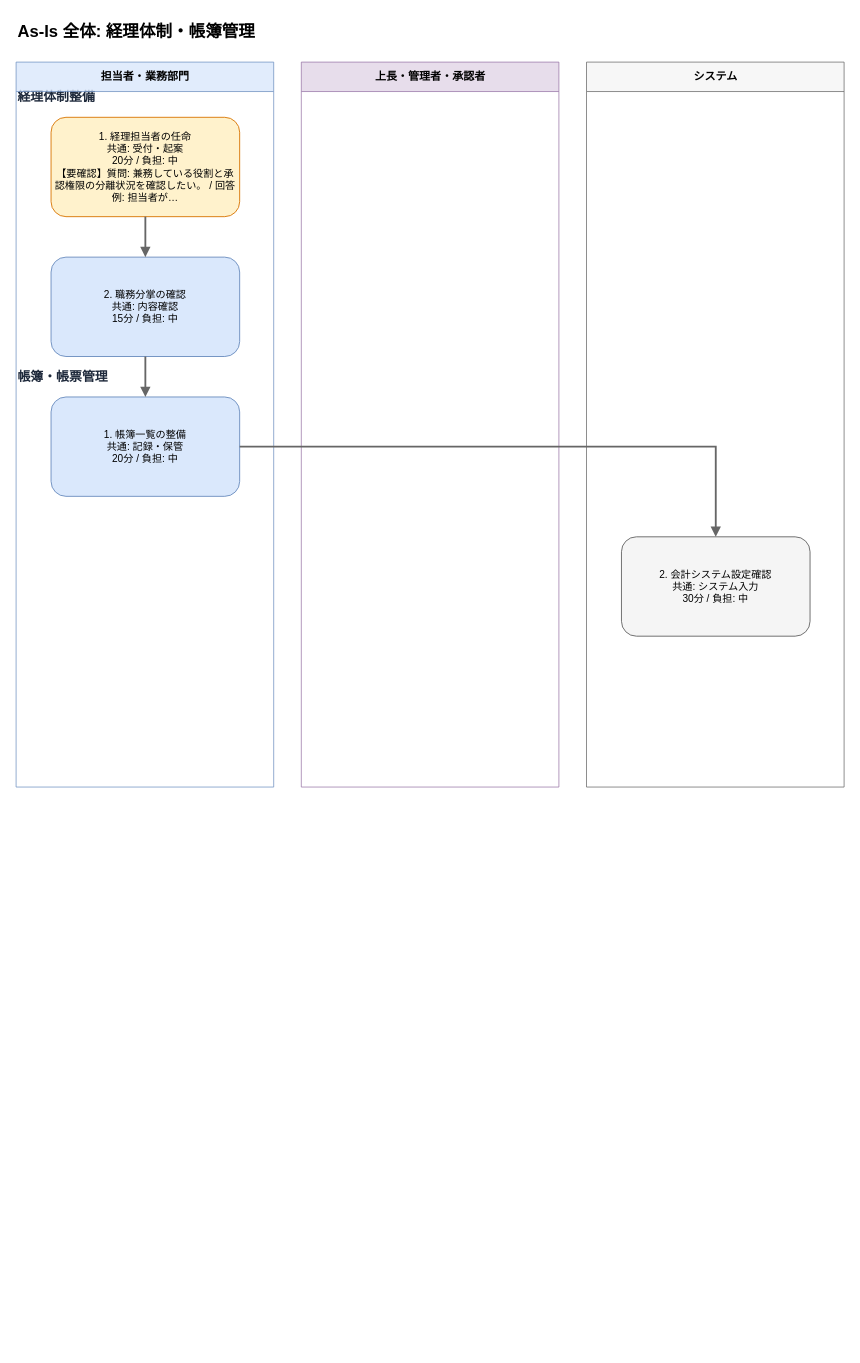
Above: output/flows/asis_経理体制_帳簿管理_20260608.drawio in Toshiki811/ai-business-analysis-heatmap (draw.io), before the change. Source tidied: cells renumbered, new cells numbered last; positions are measured from the earlier drawing's top-left corner, leaving out a move shared by most shapes. Both pictures are drawn from the tidied source at 92%, with x=0, y=0 at pixel (16, 16).
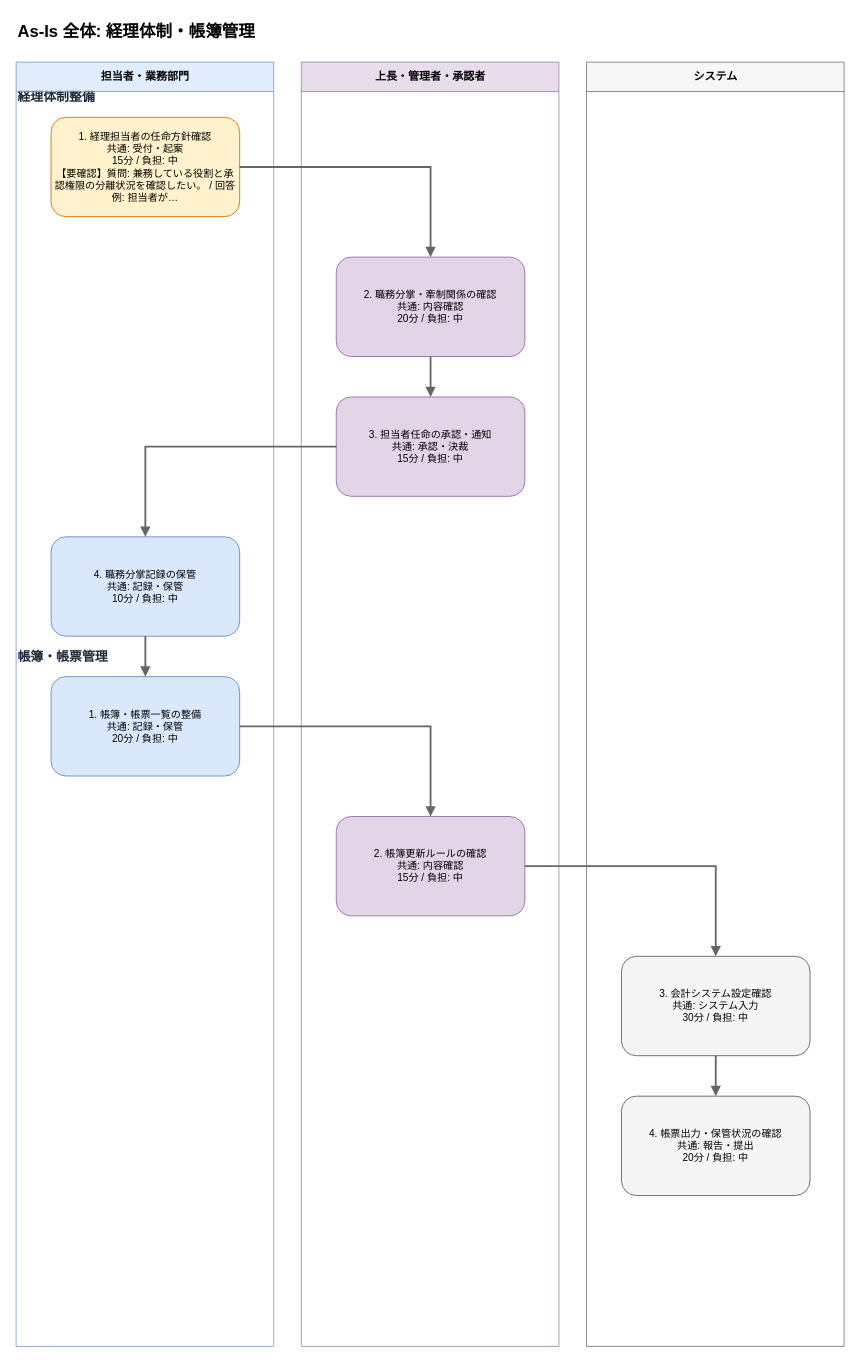
After the change.

Change to the diagram source:
```diff
@@
     <mxCell id="3" value="帳簿・帳票管理" style="text;html=1;strokeColor=none;fillColor=none;align=left;verticalAlign=middle;whiteSpace=wrap;fontSize=14;fontStyle=1;fontColor=#1e293b;" parent="1" vertex="1">
-      <mxGeometry y="380" width="860" height="24" as="geometry" />
+      <mxGeometry y="684" width="860" height="24" as="geometry" />
     </mxCell>
@@
     <mxCell id="5" value="担当者・業務部門" style="swimlane;horizontal=1;startSize=32;html=1;fillColor=#dae8fc;strokeColor=#6c8ebf;fontSize=12;fontStyle=1;opacity=80;" parent="1" vertex="1">
-      <mxGeometry y="50" width="280" height="788" as="geometry" />
+      <mxGeometry y="50" width="280" height="1396" as="geometry" />
     </mxCell>
     <mxCell id="6" value="上長・管理者・承認者" style="swimlane;horizontal=1;startSize=32;html=1;fillColor=#e1d5e7;strokeColor=#9673a6;fontSize=12;fontStyle=1;opacity=80;" parent="1" vertex="1">
-      <mxGeometry x="310" y="50" width="280" height="788" as="geometry" />
+      <mxGeometry x="310" y="50" width="280" height="1396" as="geometry" />
     </mxCell>
     <mxCell id="7" value="システム" style="swimlane;horizontal=1;startSize=32;html=1;fillColor=#f5f5f5;strokeColor=#666666;fontSize=12;fontStyle=1;opacity=80;" parent="1" vertex="1">
-      <mxGeometry x="620" y="50" width="280" height="788" as="geometry" />
+      <mxGeometry x="620" y="50" width="280" height="1396" as="geometry" />
     </mxCell>
-    <mxCell id="8" value="1. 経理担当者の任命&#10;共通: 受付・起案&#10;20分 / 負担: 中&#10;【要確認】質問: 兼務している役割と承認権限の分離状況を確認したい。 / 回答例: 担当者が…" style="rounded=1;whiteSpace=wrap;html=1;fillColor=#fff2cc;strokeColor=#d97706;strokeWidth=1;fontSize=11;fontColor=#000000;" parent="1" vertex="1">
+    <mxCell id="8" value="1. 経理担当者の任命方針確認&#10;共通: 受付・起案&#10;15分 / 負担: 中&#10;【要確認】質問: 兼務している役割と承認権限の分離状況を確認したい。 / 回答例: 担当者が…" style="rounded=1;whiteSpace=wrap;html=1;fillColor=#fff2cc;strokeColor=#d97706;strokeWidth=1;fontSize=11;fontColor=#000000;" parent="1" vertex="1">
       <mxGeometry x="38" y="110" width="205" height="108" as="geometry" />
     </mxCell>
-    <mxCell id="9" value="2. 職務分掌の確認&#10;共通: 内容確認&#10;15分 / 負担: 中" style="rounded=1;whiteSpace=wrap;html=1;fillColor=#dae8fc;strokeColor=#6c8ebf;strokeWidth=1;fontSize=11;fontColor=#000000;" parent="1" vertex="1">
-      <mxGeometry x="38" y="262" width="205" height="108" as="geometry" />
+    <mxCell id="9" value="2. 職務分掌・牽制関係の確認&#10;共通: 内容確認&#10;20分 / 負担: 中" style="rounded=1;whiteSpace=wrap;html=1;fillColor=#e1d5e7;strokeColor=#9673a6;strokeWidth=1;fontSize=11;fontColor=#000000;" parent="1" vertex="1">
+      <mxGeometry x="348" y="262" width="205" height="108" as="geometry" />
     </mxCell>
-    <mxCell id="10" value="1. 帳簿一覧の整備&#10;共通: 記録・保管&#10;20分 / 負担: 中" style="rounded=1;whiteSpace=wrap;html=1;fillColor=#dae8fc;strokeColor=#6c8ebf;strokeWidth=1;fontSize=11;fontColor=#000000;" parent="1" vertex="1">
-      <mxGeometry x="38" y="414" width="205" height="108" as="geometry" />
+    <mxCell id="10" value="3. 担当者任命の承認・通知&#10;共通: 承認・決裁&#10;15分 / 負担: 中" style="rounded=1;whiteSpace=wrap;html=1;fillColor=#e1d5e7;strokeColor=#9673a6;strokeWidth=1;fontSize=11;fontColor=#000000;" parent="1" vertex="1">
+      <mxGeometry x="348" y="414" width="205" height="108" as="geometry" />
     </mxCell>
-    <mxCell id="11" value="2. 会計システム設定確認&#10;共通: システム入力&#10;30分 / 負担: 中" style="rounded=1;whiteSpace=wrap;html=1;fillColor=#f5f5f5;strokeColor=#666666;strokeWidth=1;fontSize=11;fontColor=#000000;" parent="1" vertex="1">
-      <mxGeometry x="658" y="566" width="205" height="108" as="geometry" />
+    <mxCell id="11" value="4. 職務分掌記録の保管&#10;共通: 記録・保管&#10;10分 / 負担: 中" style="rounded=1;whiteSpace=wrap;html=1;fillColor=#dae8fc;strokeColor=#6c8ebf;strokeWidth=1;fontSize=11;fontColor=#000000;" parent="1" vertex="1">
+      <mxGeometry x="38" y="566" width="205" height="108" as="geometry" />
     </mxCell>
+    <mxCell id="15" value="1. 帳簿・帳票一覧の整備&#10;共通: 記録・保管&#10;20分 / 負担: 中" style="rounded=1;whiteSpace=wrap;html=1;fillColor=#dae8fc;strokeColor=#6c8ebf;strokeWidth=1;fontSize=11;fontColor=#000000;" parent="1" vertex="1">
+      <mxGeometry x="38" y="718" width="205" height="108" as="geometry" />
+    </mxCell>
+    <mxCell id="16" value="2. 帳簿更新ルールの確認&#10;共通: 内容確認&#10;15分 / 負担: 中" style="rounded=1;whiteSpace=wrap;html=1;fillColor=#e1d5e7;strokeColor=#9673a6;strokeWidth=1;fontSize=11;fontColor=#000000;" parent="1" vertex="1">
+      <mxGeometry x="348" y="870" width="205" height="108" as="geometry" />
+    </mxCell>
+    <mxCell id="17" value="3. 会計システム設定確認&#10;共通: システム入力&#10;30分 / 負担: 中" style="rounded=1;whiteSpace=wrap;html=1;fillColor=#f5f5f5;strokeColor=#666666;strokeWidth=1;fontSize=11;fontColor=#000000;" parent="1" vertex="1">
+      <mxGeometry x="658" y="1022" width="205" height="108" as="geometry" />
+    </mxCell>
+    <mxCell id="18" value="4. 帳票出力・保管状況の確認&#10;共通: 報告・提出&#10;20分 / 負担: 中" style="rounded=1;whiteSpace=wrap;html=1;fillColor=#f5f5f5;strokeColor=#666666;strokeWidth=1;fontSize=11;fontColor=#000000;" parent="1" vertex="1">
+      <mxGeometry x="658" y="1174" width="205" height="108" as="geometry" />
+    </mxCell>
@@
+    <mxCell id="19" style="edgeStyle=orthogonalEdgeStyle;rounded=0;html=1;strokeColor=#666666;strokeWidth=2;endArrow=block;endFill=1;fontSize=11;fontColor=#1f2937;" parent="1" edge="1" source="11" target="15">
+      <mxGeometry relative="1" as="geometry" />
+    </mxCell>
+    <mxCell id="20" style="edgeStyle=orthogonalEdgeStyle;rounded=0;html=1;strokeColor=#666666;strokeWidth=2;endArrow=block;endFill=1;fontSize=11;fontColor=#1f2937;" parent="1" edge="1" source="15" target="16">
+      <mxGeometry relative="1" as="geometry" />
+    </mxCell>
+    <mxCell id="21" style="edgeStyle=orthogonalEdgeStyle;rounded=0;html=1;strokeColor=#666666;strokeWidth=2;endArrow=block;endFill=1;fontSize=11;fontColor=#1f2937;" parent="1" edge="1" source="16" target="17">
+      <mxGeometry relative="1" as="geometry" />
+    </mxCell>
+    <mxCell id="22" style="edgeStyle=orthogonalEdgeStyle;rounded=0;html=1;strokeColor=#666666;strokeWidth=2;endArrow=block;endFill=1;fontSize=11;fontColor=#1f2937;" parent="1" edge="1" source="17" target="18">
+      <mxGeometry relative="1" as="geometry" />
+    </mxCell>
```
